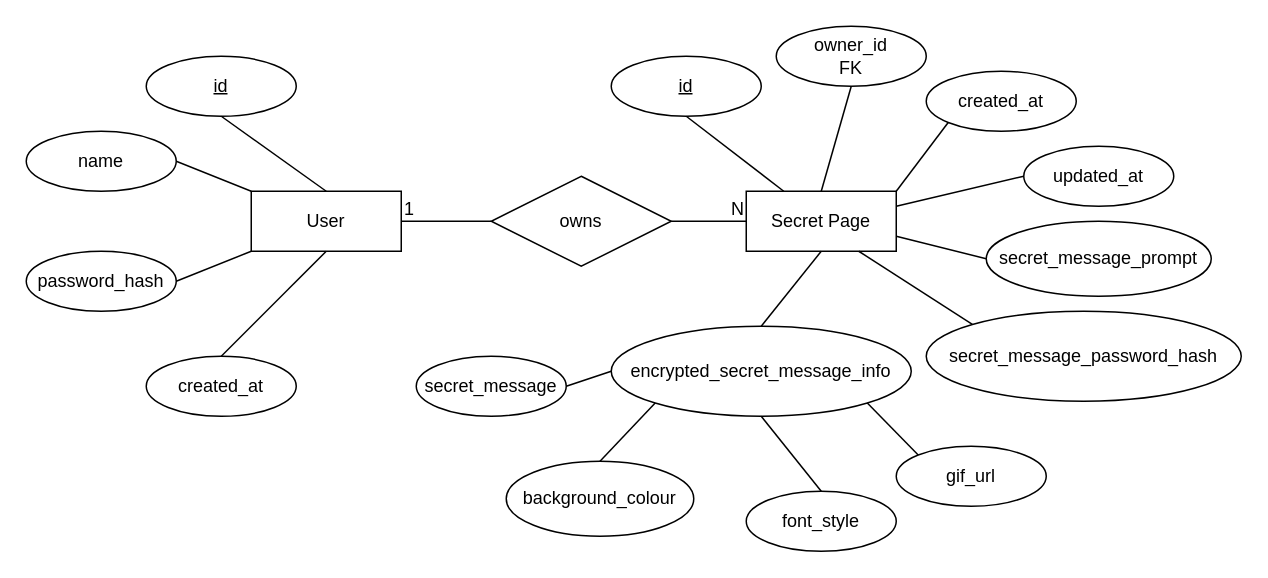
Above: docs/database-diagram.drawio in srijanravisankar/secrets (draw.io), before the change. Source tidied: cells renumbered, new cells numbered last; positions are measured from the earlier drawing's top-left corner, leaving out a move shared by most shapes. Both pictures are drawn from the tidied source at 150%, with x=0, y=0 at pixel (26, 26).
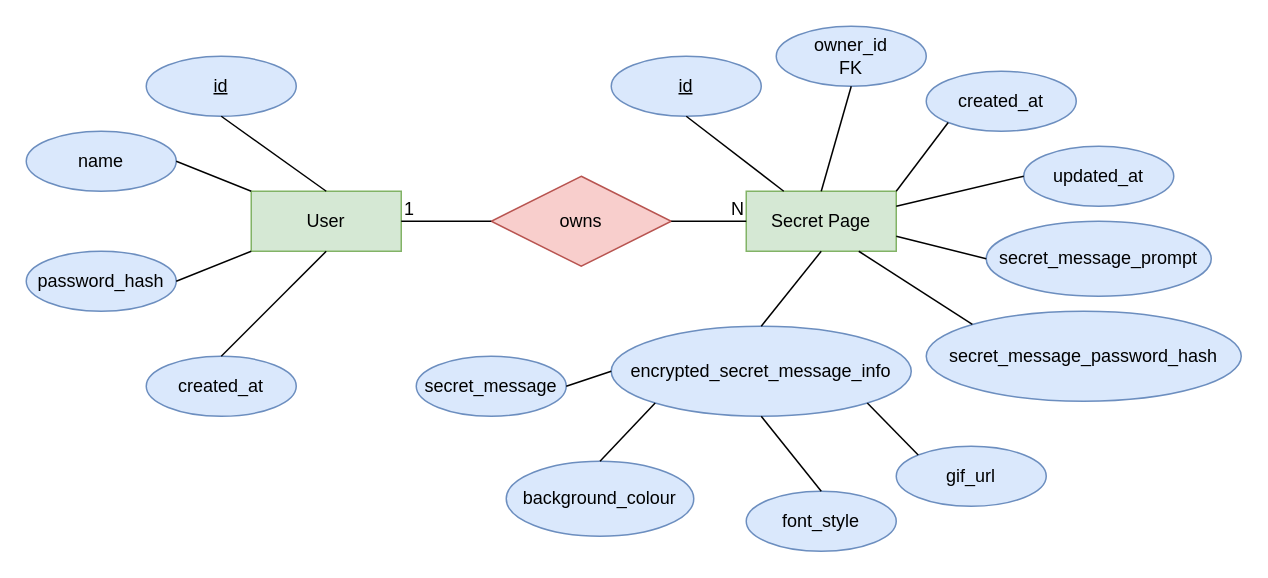
Above is the later version.

Commit message (it also covers changes not shown here):
docs: add system design diagram to docs/system-diagram.drawio

Change to the diagram source:
```diff
@@
-    <mxCell id="2" value="User" style="whiteSpace=wrap;html=1;align=center;" parent="1" vertex="1">
+    <mxCell id="2" value="User" style="whiteSpace=wrap;html=1;align=center;fillColor=#d5e8d4;strokeColor=#82b366;" parent="1" vertex="1">
       <mxGeometry x="150" y="110" width="100" height="40" as="geometry" />
     </mxCell>
-    <mxCell id="3" value="Secret Page" style="whiteSpace=wrap;html=1;align=center;" parent="1" vertex="1">
+    <mxCell id="3" value="Secret Page" style="whiteSpace=wrap;html=1;align=center;fillColor=#d5e8d4;strokeColor=#82b366;" parent="1" vertex="1">
       <mxGeometry x="480" y="110" width="100" height="40" as="geometry" />
     </mxCell>
-    <mxCell id="4" value="owns" style="shape=rhombus;perimeter=rhombusPerimeter;whiteSpace=wrap;html=1;align=center;" parent="1" vertex="1">
+    <mxCell id="4" value="owns" style="shape=rhombus;perimeter=rhombusPerimeter;whiteSpace=wrap;html=1;align=center;fillColor=#f8cecc;strokeColor=#b85450;" parent="1" vertex="1">
       <mxGeometry x="310" y="100" width="120" height="60" as="geometry" />
     </mxCell>
@@
-    <mxCell id="9" value="id" style="ellipse;whiteSpace=wrap;html=1;align=center;fontStyle=4;" parent="1" vertex="1">
+    <mxCell id="9" value="id" style="ellipse;whiteSpace=wrap;html=1;align=center;fontStyle=4;fillColor=#dae8fc;strokeColor=#6c8ebf;" parent="1" vertex="1">
       <mxGeometry x="80" y="20" width="100" height="40" as="geometry" />
     </mxCell>
-    <mxCell id="10" value="created_at" style="ellipse;whiteSpace=wrap;html=1;align=center;" parent="1" vertex="1">
+    <mxCell id="10" value="created_at" style="ellipse;whiteSpace=wrap;html=1;align=center;fillColor=#dae8fc;strokeColor=#6c8ebf;" parent="1" vertex="1">
       <mxGeometry x="80" y="220" width="100" height="40" as="geometry" />
     </mxCell>
-    <mxCell id="11" value="password_hash" style="ellipse;whiteSpace=wrap;html=1;align=center;" parent="1" vertex="1">
+    <mxCell id="11" value="password_hash" style="ellipse;whiteSpace=wrap;html=1;align=center;fillColor=#dae8fc;strokeColor=#6c8ebf;" parent="1" vertex="1">
       <mxGeometry y="150" width="100" height="40" as="geometry" />
     </mxCell>
-    <mxCell id="12" value="name" style="ellipse;whiteSpace=wrap;html=1;align=center;" parent="1" vertex="1">
+    <mxCell id="12" value="name" style="ellipse;whiteSpace=wrap;html=1;align=center;fillColor=#dae8fc;strokeColor=#6c8ebf;" parent="1" vertex="1">
       <mxGeometry y="70" width="100" height="40" as="geometry" />
     </mxCell>
@@
-    <mxCell id="17" value="id" style="ellipse;whiteSpace=wrap;html=1;align=center;fontStyle=4;" parent="1" vertex="1">
+    <mxCell id="17" value="id" style="ellipse;whiteSpace=wrap;html=1;align=center;fontStyle=4;fillColor=#dae8fc;strokeColor=#6c8ebf;" parent="1" vertex="1">
       <mxGeometry x="390" y="20" width="100" height="40" as="geometry" />
     </mxCell>
-    <mxCell id="18" value="encrypted_secret_message_info" style="ellipse;whiteSpace=wrap;html=1;align=center;" parent="1" vertex="1">
+    <mxCell id="18" value="encrypted_secret_message_info" style="ellipse;whiteSpace=wrap;html=1;align=center;fillColor=#dae8fc;strokeColor=#6c8ebf;" parent="1" vertex="1">
       <mxGeometry x="390" y="200" width="200" height="60" as="geometry" />
     </mxCell>
-    <mxCell id="19" value="created_at" style="ellipse;whiteSpace=wrap;html=1;align=center;" parent="1" vertex="1">
+    <mxCell id="19" value="created_at" style="ellipse;whiteSpace=wrap;html=1;align=center;fillColor=#dae8fc;strokeColor=#6c8ebf;" parent="1" vertex="1">
       <mxGeometry x="600" y="30" width="100" height="40" as="geometry" />
     </mxCell>
-    <mxCell id="20" value="secret_message" style="ellipse;whiteSpace=wrap;html=1;align=center;" parent="1" vertex="1">
+    <mxCell id="20" value="secret_message" style="ellipse;whiteSpace=wrap;html=1;align=center;fillColor=#dae8fc;strokeColor=#6c8ebf;" parent="1" vertex="1">
       <mxGeometry x="260" y="220" width="100" height="40" as="geometry" />
     </mxCell>
-    <mxCell id="21" value="background_colour" style="ellipse;whiteSpace=wrap;html=1;align=center;" parent="1" vertex="1">
+    <mxCell id="21" value="background_colour" style="ellipse;whiteSpace=wrap;html=1;align=center;fillColor=#dae8fc;strokeColor=#6c8ebf;" parent="1" vertex="1">
       <mxGeometry x="320" y="290" width="125" height="50" as="geometry" />
     </mxCell>
-    <mxCell id="22" value="secret_message_prompt" style="ellipse;whiteSpace=wrap;html=1;align=center;" parent="1" vertex="1">
+    <mxCell id="22" value="secret_message_prompt" style="ellipse;whiteSpace=wrap;html=1;align=center;fillColor=#dae8fc;strokeColor=#6c8ebf;" parent="1" vertex="1">
       <mxGeometry x="640" y="130" width="150" height="50" as="geometry" />
     </mxCell>
-    <mxCell id="23" value="secret_message_password_hash" style="ellipse;whiteSpace=wrap;html=1;align=center;" parent="1" vertex="1">
+    <mxCell id="23" value="secret_message_password_hash" style="ellipse;whiteSpace=wrap;html=1;align=center;fillColor=#dae8fc;strokeColor=#6c8ebf;" parent="1" vertex="1">
       <mxGeometry x="600" y="190" width="210" height="60" as="geometry" />
     </mxCell>
-    <mxCell id="24" value="font_style" style="ellipse;whiteSpace=wrap;html=1;align=center;" parent="1" vertex="1">
+    <mxCell id="24" value="font_style" style="ellipse;whiteSpace=wrap;html=1;align=center;fillColor=#dae8fc;strokeColor=#6c8ebf;" parent="1" vertex="1">
       <mxGeometry x="480" y="310" width="100" height="40" as="geometry" />
     </mxCell>
-    <mxCell id="25" value="gif_url" style="ellipse;whiteSpace=wrap;html=1;align=center;" parent="1" vertex="1">
+    <mxCell id="25" value="gif_url" style="ellipse;whiteSpace=wrap;html=1;align=center;fillColor=#dae8fc;strokeColor=#6c8ebf;" parent="1" vertex="1">
       <mxGeometry x="580" y="280" width="100" height="40" as="geometry" />
     </mxCell>
@@
-    <mxCell id="35" value="owner_id&lt;br&gt;FK" style="ellipse;whiteSpace=wrap;html=1;align=center;" parent="1" vertex="1">
+    <mxCell id="35" value="owner_id&lt;br&gt;FK" style="ellipse;whiteSpace=wrap;html=1;align=center;fillColor=#dae8fc;strokeColor=#6c8ebf;" parent="1" vertex="1">
       <mxGeometry x="500" width="100" height="40" as="geometry" />
     </mxCell>
@@
-    <mxCell id="37" value="updated_at" style="ellipse;whiteSpace=wrap;html=1;align=center;" parent="1" vertex="1">
+    <mxCell id="37" value="updated_at" style="ellipse;whiteSpace=wrap;html=1;align=center;fillColor=#dae8fc;strokeColor=#6c8ebf;" parent="1" vertex="1">
       <mxGeometry x="665" y="80" width="100" height="40" as="geometry" />
     </mxCell>
```
